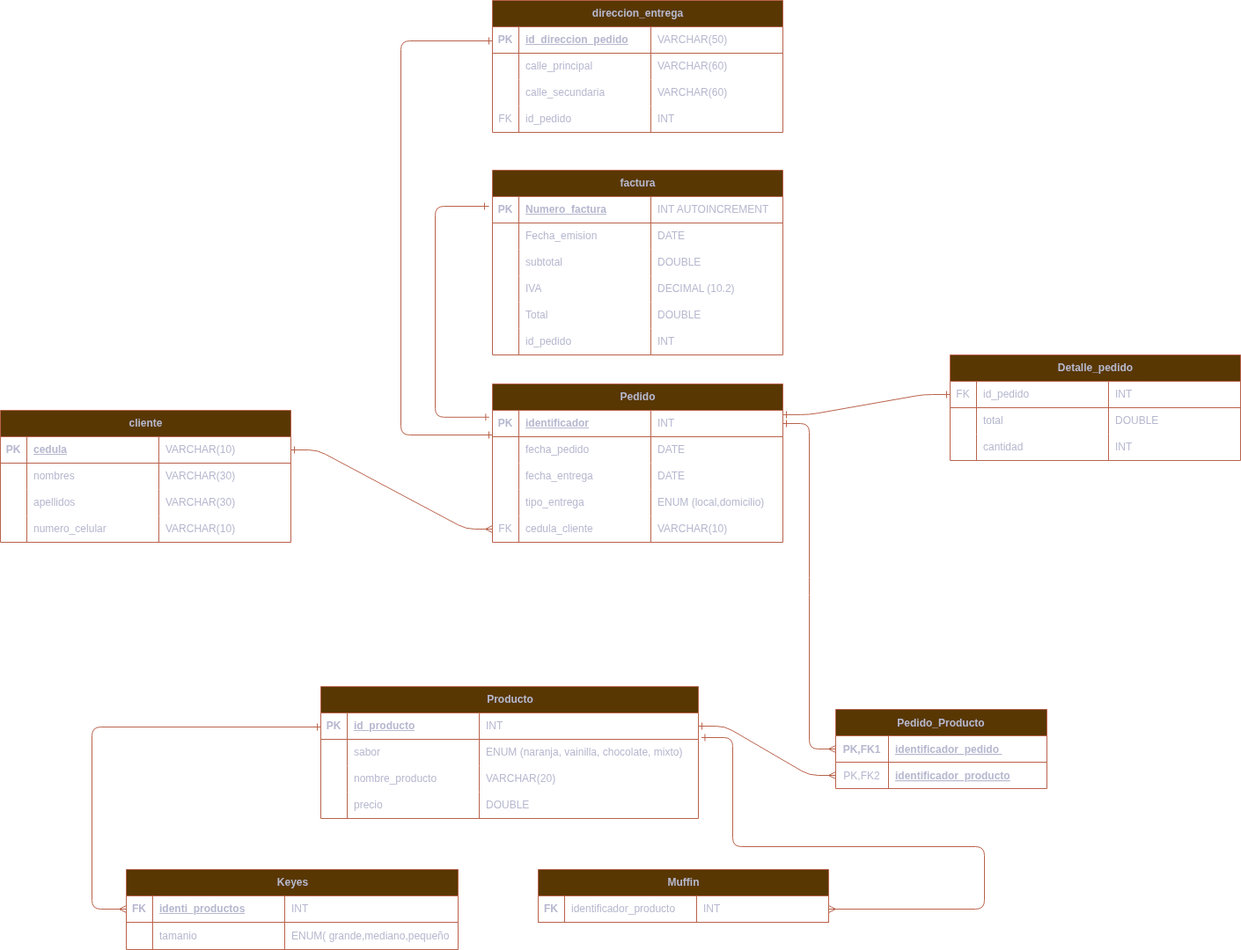
Earlier version of the draw.io export Diagramas/Diagrama_relacional.png (Frozt98/Diagramas). Source tidied: cells renumbered, new cells last; positions are measured from the earlier drawing's top-left corner, leaving out a move shared by most shapes.
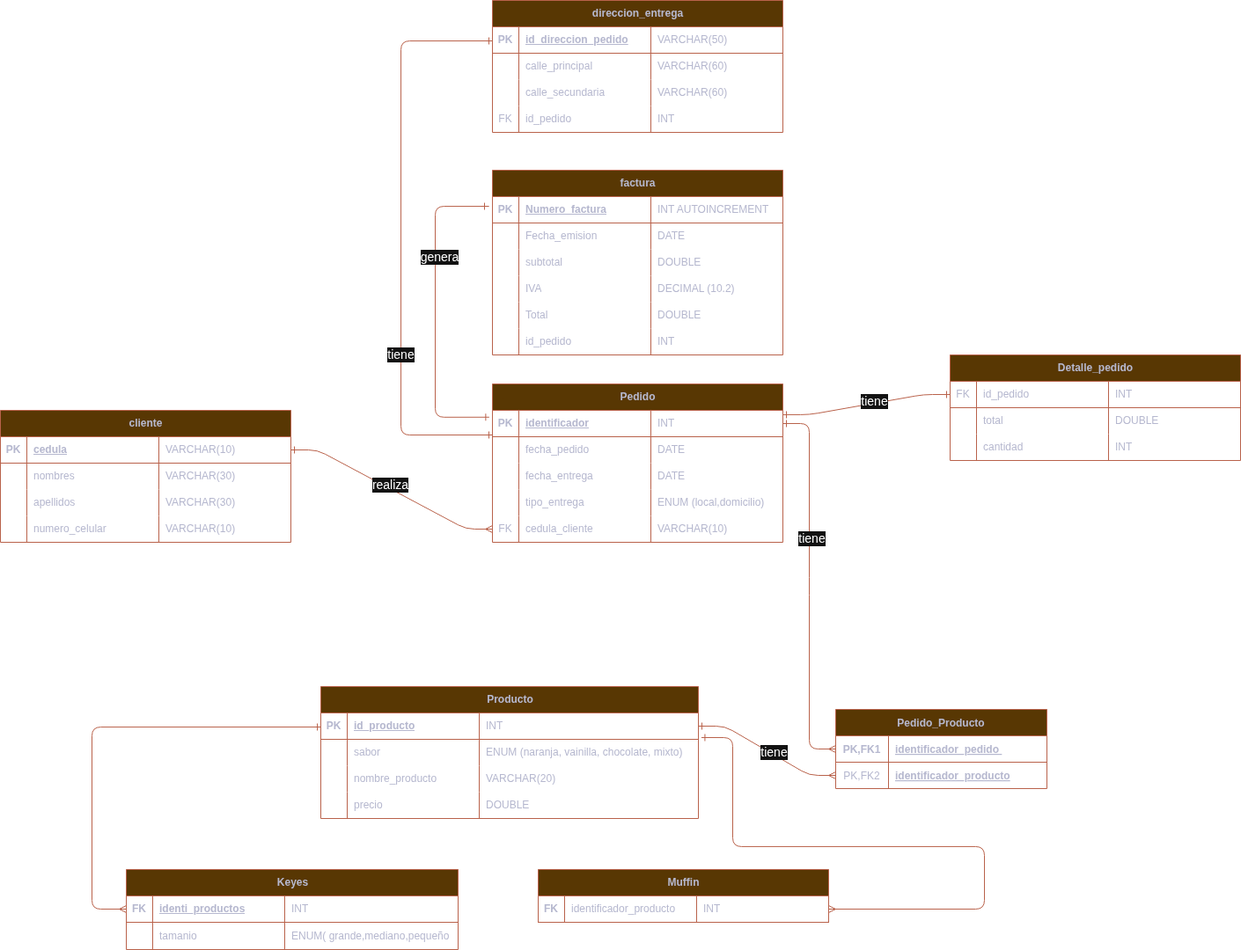
The same file after the commit.

Change to the diagram source:
```diff
@@ -5,6 +5,9 @@
     <mxCell id="2" style="edgeStyle=entityRelationEdgeStyle;endArrow=ERmany;startArrow=ERone;endFill=0;startFill=0;labelBackgroundColor=none;fontColor=default;strokeColor=#E07A5F;exitX=1;exitY=0.5;exitDx=0;exitDy=0;entryX=0;entryY=0.5;entryDx=0;entryDy=0;" parent="1" edge="1" source="17" target="50">
       <mxGeometry relative="1" as="geometry" />
     </mxCell>
+    <mxCell id="144" value="&lt;font style=&quot;font-size: 14px;&quot;&gt;realiza&lt;/font&gt;" style="edgeLabel;html=1;align=center;verticalAlign=middle;" parent="2" vertex="1">
+      <mxGeometry x="-0.04" y="4" relative="1" as="geometry" />
+    </mxCell>
     <mxCell id="3" style="shape=partialRectangle;overflow=hidden;fillColor=none;top=0;left=0;bottom=0;right=0;align=left;spacingLeft=6;labelBackgroundColor=none;strokeColor=#E07A5F;fontColor=#393C56;" parent="1" vertex="1">
       <mxGeometry x="1053" y="689" width="220" height="30" as="geometry" />
     </mxCell>
@@ -35,6 +38,9 @@
     <mxCell id="12" style="edgeStyle=entityRelationEdgeStyle;endArrow=ERmany;startArrow=ERone;endFill=0;startFill=0;entryX=0;entryY=0.5;entryDx=0;entryDy=0;labelBackgroundColor=none;fontColor=default;strokeColor=#E07A5F;exitX=1;exitY=0.5;exitDx=0;exitDy=0;" parent="1" edge="1" source="55" target="9">
       <mxGeometry relative="1" as="geometry" />
     </mxCell>
+    <mxCell id="145" value="&lt;span style=&quot;font-size: 14px;&quot;&gt;tiene&lt;/span&gt;" style="edgeLabel;html=1;align=center;verticalAlign=middle;" parent="12" vertex="1">
+      <mxGeometry x="0.09" y="3" relative="1" as="geometry" />
+    </mxCell>
     <mxCell id="13" style="shape=partialRectangle;overflow=hidden;fillColor=none;top=0;left=0;bottom=0;right=0;align=left;spacingLeft=6;labelBackgroundColor=none;strokeColor=#E07A5F;fontColor=#393C56;" parent="1" vertex="1">
       <mxGeometry x="1079" y="736" width="220" height="30" as="geometry" />
     </mxCell>
@@ -48,11 +54,17 @@
         </Array>
       </mxGeometry>
     </mxCell>
+    <mxCell id="146" value="&lt;font style=&quot;font-size: 14px;&quot;&gt;genera&lt;/font&gt;" style="edgeLabel;html=1;align=center;verticalAlign=middle;" parent="14" vertex="1">
+      <mxGeometry x="0.28" y="-4" relative="1" as="geometry" />
+    </mxCell>
     <mxCell id="15" style="edgeStyle=entityRelationEdgeStyle;endArrow=ERone;startArrow=ERone;endFill=0;startFill=0;labelBackgroundColor=none;fontColor=default;strokeColor=#E07A5F;exitX=0.993;exitY=0.165;exitDx=0;exitDy=0;exitPerimeter=0;entryX=0;entryY=0.5;entryDx=0;entryDy=0;" parent="1" edge="1" target="98">
       <mxGeometry relative="1" as="geometry">
         <mxPoint x="889" y="470.9" as="sourcePoint" />
       </mxGeometry>
     </mxCell>
+    <mxCell id="147" value="&lt;font style=&quot;font-size: 14px;&quot;&gt;tiene&lt;/font&gt;" style="edgeLabel;html=1;align=center;verticalAlign=middle;" parent="15" vertex="1">
+      <mxGeometry x="0.09" y="3" relative="1" as="geometry" />
+    </mxCell>
     <mxCell id="16" value="cliente" style="shape=table;startSize=30;rowLines=0;fontStyle=1;align=center;html=1;labelBackgroundColor=none;fillColor=#F2CC8F;strokeColor=#E07A5F;fontColor=#393C56;" parent="1" vertex="1">
       <mxGeometry y="466" width="330" height="150" as="geometry" />
     </mxCell>
@@ -221,6 +233,9 @@
     <mxCell id="71" style="edgeStyle=entityRelationEdgeStyle;endArrow=ERmany;startArrow=ERone;endFill=0;startFill=0;labelBackgroundColor=none;fontColor=default;strokeColor=#E07A5F;exitX=1;exitY=0.5;exitDx=0;exitDy=0;exitPerimeter=0;entryX=0;entryY=0.5;entryDx=0;entryDy=0;" parent="1" edge="1" source="34" target="6">
       <mxGeometry relative="1" as="geometry" />
     </mxCell>
+    <mxCell id="148" value="&lt;span style=&quot;font-size: 14px;&quot;&gt;tiene&lt;/span&gt;" style="edgeLabel;html=1;align=center;verticalAlign=middle;" parent="71" vertex="1">
+      <mxGeometry x="-0.26" y="2" relative="1" as="geometry" />
+    </mxCell>
     <mxCell id="72" value="factura" style="shape=table;startSize=30;rowLines=0;fontStyle=1;align=center;html=1;labelBackgroundColor=none;fillColor=#F2CC8F;strokeColor=#E07A5F;fontColor=#393C56;" parent="1" vertex="1">
       <mxGeometry x="559" y="193" width="330" height="210" as="geometry" />
     </mxCell>
@@ -395,6 +410,11 @@
         </Array>
       </mxGeometry>
     </mxCell>
+    <mxCell id="149" value="&lt;span style=&quot;font-size: 14px;&quot;&gt;tiene&lt;/span&gt;" style="edgeLabel;html=1;align=center;verticalAlign=middle;" parent="127" vertex="1">
+      <mxGeometry x="-0.04" y="1" relative="1" as="geometry">
+        <mxPoint y="120" as="offset" />
+      </mxGeometry>
+    </mxCell>
     <mxCell id="128" value="Keyes" style="shape=table;startSize=30;rowLines=0;fontStyle=1;align=center;html=1;labelBackgroundColor=none;fillColor=#F2CC8F;strokeColor=#E07A5F;fontColor=#393C56;" parent="1" vertex="1">
       <mxGeometry x="143" y="988" width="377" height="91" as="geometry" />
     </mxCell>
```
